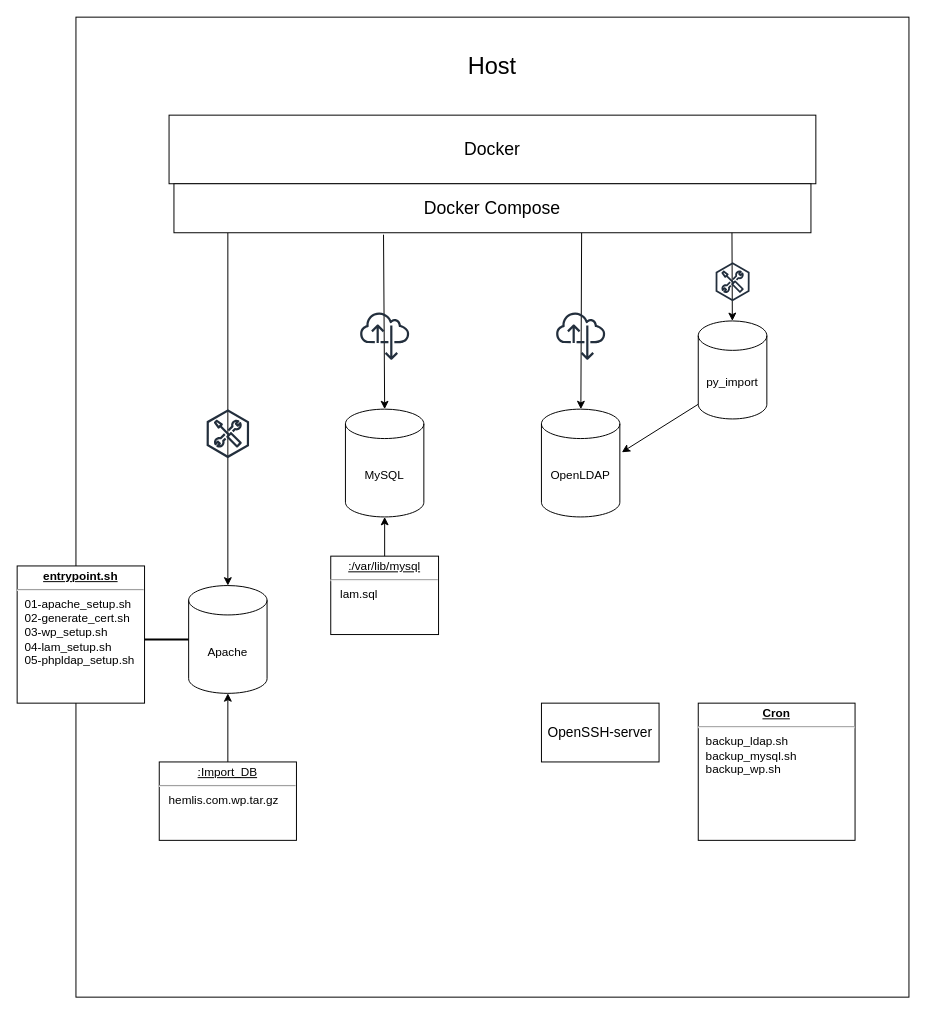
mrmysko/Linux2-Grubbarbete keeps this draw.io diagram as Flowcharts/service flowchart.drawio. Above is the earlier version. Source tidied: cells renumbered, new cells numbered last; positions are measured from the earlier drawing's top-left corner, leaving out a move shared by most shapes. Both pictures are drawn from the tidied source at 98%, with x=0, y=0 at pixel (17, 17).
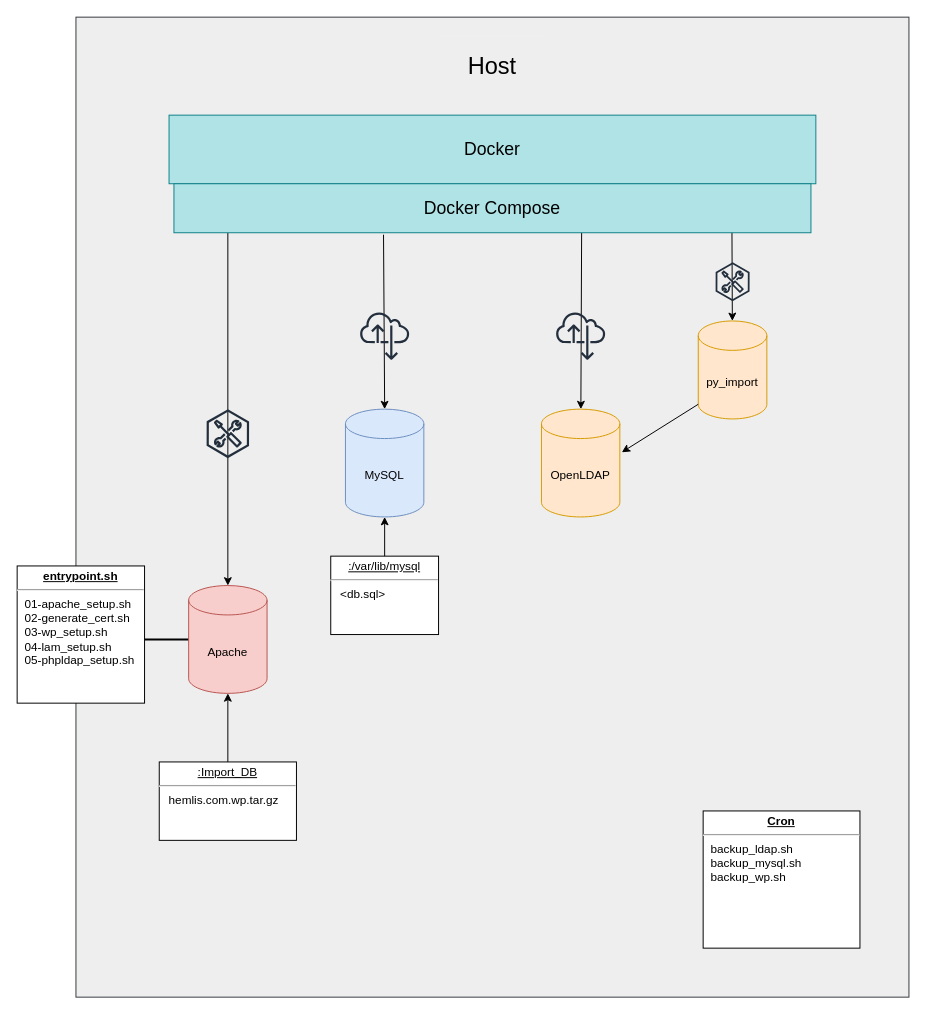
After the change.

What changed in the source:
```diff
@@
-    <mxCell id="2" style="rounded=0;whiteSpace=wrap;html=1;" parent="1" vertex="1">
+    <mxCell id="2" style="rounded=0;whiteSpace=wrap;html=1;fillColor=#eeeeee;strokeColor=#36393d;" parent="1" vertex="1">
       <mxGeometry x="60" width="850" height="1000" as="geometry" />
     </mxCell>
-    <mxCell id="3" value="&lt;div&gt;&lt;font style=&quot;font-size: 18px;&quot;&gt;Docker&lt;/font&gt;&lt;/div&gt;" style="rounded=0;whiteSpace=wrap;html=1;" parent="1" vertex="1">
+    <mxCell id="3" value="&lt;div&gt;&lt;font style=&quot;font-size: 18px;&quot;&gt;Docker&lt;/font&gt;&lt;/div&gt;" style="rounded=0;whiteSpace=wrap;html=1;fillColor=#b0e3e6;strokeColor=#0e8088;" parent="1" vertex="1">
       <mxGeometry x="155" y="100" width="660" height="70" as="geometry" />
     </mxCell>
-    <mxCell id="4" value="py_import" style="shape=cylinder3;whiteSpace=wrap;html=1;boundedLbl=1;backgroundOutline=1;size=15;" parent="1" vertex="1">
+    <mxCell id="4" value="py_import" style="shape=cylinder3;whiteSpace=wrap;html=1;boundedLbl=1;backgroundOutline=1;size=15;fillColor=#ffe6cc;strokeColor=#d79b00;" parent="1" vertex="1">
       <mxGeometry x="695" y="310" width="70" height="100" as="geometry" />
     </mxCell>
-    <mxCell id="5" value="OpenLDAP" style="shape=cylinder3;whiteSpace=wrap;html=1;boundedLbl=1;backgroundOutline=1;size=15;" parent="1" vertex="1">
+    <mxCell id="5" value="OpenLDAP" style="shape=cylinder3;whiteSpace=wrap;html=1;boundedLbl=1;backgroundOutline=1;size=15;fillColor=#ffe6cc;strokeColor=#d79b00;" parent="1" vertex="1">
       <mxGeometry x="535" y="400" width="80" height="110" as="geometry" />
     </mxCell>
-    <mxCell id="6" value="MySQL" style="shape=cylinder3;whiteSpace=wrap;html=1;boundedLbl=1;backgroundOutline=1;size=15;" parent="1" vertex="1">
+    <mxCell id="6" value="MySQL" style="shape=cylinder3;whiteSpace=wrap;html=1;boundedLbl=1;backgroundOutline=1;size=15;fillColor=#dae8fc;strokeColor=#6c8ebf;" parent="1" vertex="1">
       <mxGeometry x="335" y="400" width="80" height="110" as="geometry" />
     </mxCell>
@@
-    <mxCell id="16" value="&lt;font style=&quot;font-size: 18px;&quot;&gt;Docker Compose&lt;br&gt;&lt;/font&gt;" style="rounded=0;whiteSpace=wrap;html=1;" parent="1" vertex="1">
+    <mxCell id="16" value="&lt;font style=&quot;font-size: 18px;&quot;&gt;Docker Compose&lt;br&gt;&lt;/font&gt;" style="rounded=0;whiteSpace=wrap;html=1;fillColor=#b0e3e6;strokeColor=#0e8088;" parent="1" vertex="1">
       <mxGeometry x="160" y="170" width="650" height="50" as="geometry" />
     </mxCell>
     <mxCell id="17" value="&lt;p style=&quot;margin:0px;margin-top:4px;text-align:center;text-decoration:underline;&quot;&gt;&lt;b&gt;Cron&lt;/b&gt;&lt;br&gt;&lt;/p&gt;&lt;hr&gt;&lt;p style=&quot;margin:0px;margin-left:8px;&quot;&gt;backup_ldap.sh&lt;/p&gt;&lt;p style=&quot;margin:0px;margin-left:8px;&quot;&gt;backup_mysql.sh&lt;br&gt;&lt;/p&gt;&lt;p style=&quot;margin:0px;margin-left:8px;&quot;&gt;backup_wp.sh&lt;/p&gt;" style="verticalAlign=top;align=left;overflow=fill;fontSize=12;fontFamily=Helvetica;html=1;whiteSpace=wrap;" parent="1" vertex="1">
-      <mxGeometry x="695" y="700" width="160" height="140" as="geometry" />
+      <mxGeometry x="700" y="810" width="160" height="140" as="geometry" />
     </mxCell>
-    <mxCell id="18" value="&lt;div style=&quot;font-size: 13px;&quot;&gt;&lt;font style=&quot;font-size: 14px;&quot;&gt;OpenSSH-server&lt;/font&gt;&lt;/div&gt;" style="rounded=0;whiteSpace=wrap;html=1;" parent="1" vertex="1">
-      <mxGeometry x="535" y="700" width="120" height="60" as="geometry" />
-    </mxCell>
-    <mxCell id="19" value="&lt;font style=&quot;font-size: 24px;&quot;&gt;Host&lt;/font&gt;" style="rounded=0;whiteSpace=wrap;html=1;fillColor=default;strokeColor=none;" parent="1" vertex="1">
+    <mxCell id="19" value="&lt;font style=&quot;font-size: 24px;&quot;&gt;Host&lt;/font&gt;" style="rounded=0;whiteSpace=wrap;html=1;fillColor=#eeeeee;strokeColor=none;" parent="1" vertex="1">
       <mxGeometry x="425" y="20" width="120" height="60" as="geometry" />
     </mxCell>
@@
-    <mxCell id="21" value="&lt;p style=&quot;margin:0px;margin-top:4px;text-align:center;text-decoration:underline;&quot;&gt;&lt;span style=&quot;background-color: initial;&quot;&gt;:/var/lib/mysql&lt;/span&gt;&lt;br&gt;&lt;/p&gt;&lt;hr&gt;&lt;div&gt;&amp;nbsp;&amp;nbsp; lam.sql&lt;/div&gt;" style="verticalAlign=top;align=left;overflow=fill;fontSize=12;fontFamily=Helvetica;html=1;whiteSpace=wrap;" parent="1" vertex="1">
+    <mxCell id="21" value="&lt;p style=&quot;margin:0px;margin-top:4px;text-align:center;text-decoration:underline;&quot;&gt;&lt;span style=&quot;background-color: initial;&quot;&gt;:/var/lib/mysql&lt;/span&gt;&lt;br&gt;&lt;/p&gt;&lt;hr&gt;&lt;div&gt;&amp;nbsp;&amp;nbsp; &amp;lt;db.sql&amp;gt;&lt;br&gt;&lt;/div&gt;" style="verticalAlign=top;align=left;overflow=fill;fontSize=12;fontFamily=Helvetica;html=1;whiteSpace=wrap;" parent="1" vertex="1">
       <mxGeometry x="320" y="550" width="110" height="80" as="geometry" />
     </mxCell>
@@
-    <mxCell id="23" value="Apache" style="shape=cylinder3;whiteSpace=wrap;html=1;boundedLbl=1;backgroundOutline=1;size=15;" parent="1" vertex="1">
+    <mxCell id="23" value="Apache" style="shape=cylinder3;whiteSpace=wrap;html=1;boundedLbl=1;backgroundOutline=1;size=15;fillColor=#f8cecc;strokeColor=#b85450;" parent="1" vertex="1">
       <mxGeometry x="175" y="580" width="80" height="110" as="geometry" />
     </mxCell>
```
